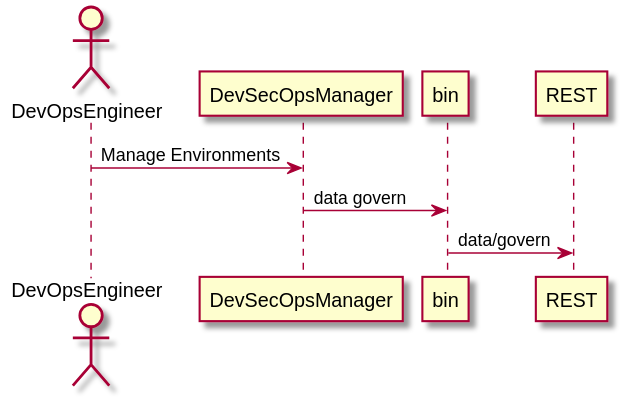
This is docs/sabr/aml/dsom/userinteraction.svg from madajaju/sabr, a PlantUML export, as it was before one commit. Source of this version:
```plantuml
@startuml


actor "DevOpsEngineer" as devops




devops -> "DevSecOpsManager": Manage Environments
"DevSecOpsManager" -> bin: data govern
bin -> REST: data/govern



@enduml
```
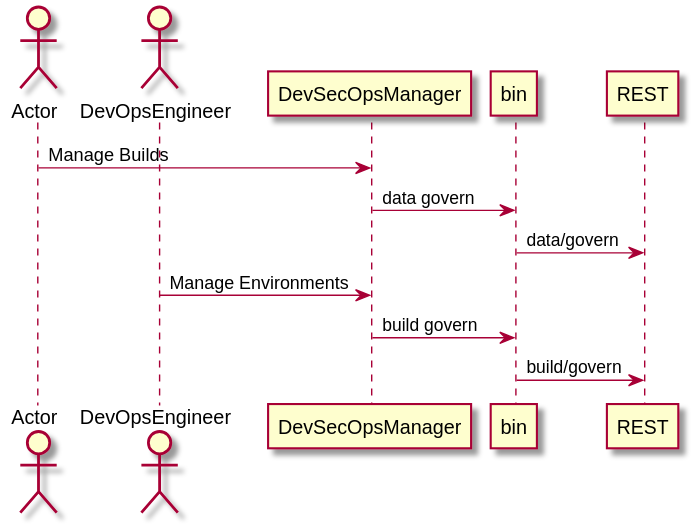
The same file after the commit.

What changed in the source:
```diff
@@ -1,14 +1,20 @@
 @startuml
 
+
+actor "Actor" as actor
 
 actor "DevOpsEngineer" as devops
 
 
 
 
-devops -> "DevSecOpsManager": Manage Environments
+actor -> "DevSecOpsManager": Manage Builds
 "DevSecOpsManager" -> bin: data govern
 bin -> REST: data/govern
+
+devops -> "DevSecOpsManager": Manage Environments
+"DevSecOpsManager" -> bin: build govern
+bin -> REST: build/govern
 
 
 
```
